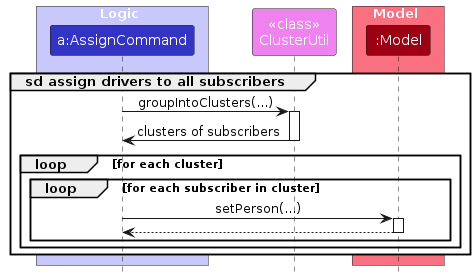
lemonishi/tp keeps this PlantUML diagram as diagrams/AssignLoopSequence.png. Above is the earlier version. Its source is kept beside it as diagrams/AssignLoopSequence.puml. The source it was exported from:
```plantuml
@startuml
!include style.puml
skinparam ArrowFontStyle plain
hide footbox


box Logic LOGIC_COLOR_T1
participant "a:AssignCommand" as AssignCommand LOGIC_COLOR
end box

participant "<<class>>\nClusterUtil" as ClusterUtil #EE82EE

box Model MODEL_COLOR_T1
participant ":Model" as Model MODEL_COLOR
end box

group sd assign drivers to all subscribers
    AssignCommand -> ClusterUtil : groupIntoClusters(...)
    activate ClusterUtil

    ClusterUtil -> AssignCommand : clusters of subscribers
    deactivate ClusterUtil

    loop for each cluster
        loop for each subscriber in cluster
            AssignCommand -> Model : setPerson(...)
            activate Model

            Model --> AssignCommand
            deactivate Model
        end
    end
end

@enduml
```
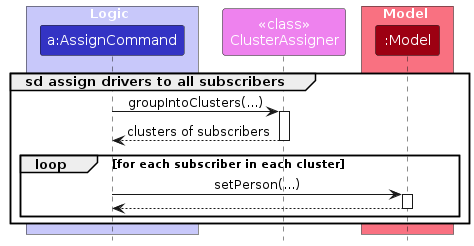
After the commit.

Change to the diagram source:
```diff
@@ -8,27 +8,25 @@
 participant "a:AssignCommand" as AssignCommand LOGIC_COLOR
 end box
 
-participant "<<class>>\nClusterUtil" as ClusterUtil #EE82EE
+participant "<<class>>\nClusterAssigner" as ClusterAssigner #EE82EE
 
 box Model MODEL_COLOR_T1
 participant ":Model" as Model MODEL_COLOR
 end box
 
 group sd assign drivers to all subscribers
-    AssignCommand -> ClusterUtil : groupIntoClusters(...)
-    activate ClusterUtil
+    AssignCommand -> ClusterAssigner : groupIntoClusters(...)
+    activate ClusterAssigner
 
-    ClusterUtil -> AssignCommand : clusters of subscribers
-    deactivate ClusterUtil
+    ClusterAssigner --> AssignCommand : clusters of subscribers
+    deactivate ClusterAssigner
 
-    loop for each cluster
-        loop for each subscriber in cluster
-            AssignCommand -> Model : setPerson(...)
-            activate Model
+    loop for each subscriber in each cluster
+        AssignCommand -> Model : setPerson(...)
+        activate Model
 
-            Model --> AssignCommand
-            deactivate Model
-        end
+        Model --> AssignCommand
+        deactivate Model
     end
 end
 
```
